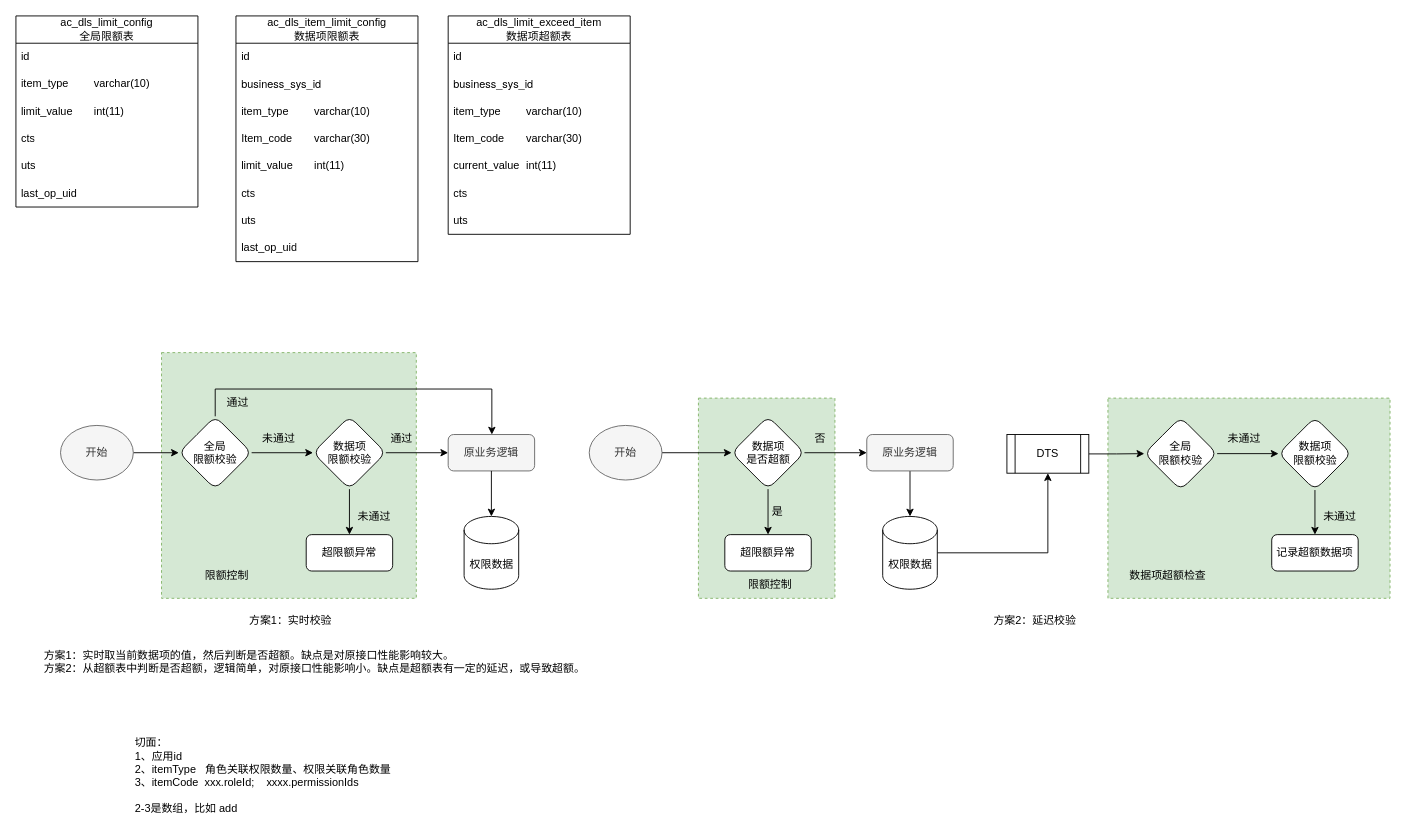
yamilinqh/spicedb keeps this draw.io diagram as 限额模块.drawio. Above is the earlier version. Source tidied: cells renumbered, new cells numbered last; positions are measured from the earlier drawing's top-left corner, leaving out a move shared by most shapes. Both pictures are drawn from the tidied source at 91%, with x=0, y=0 at pixel (15, 15).
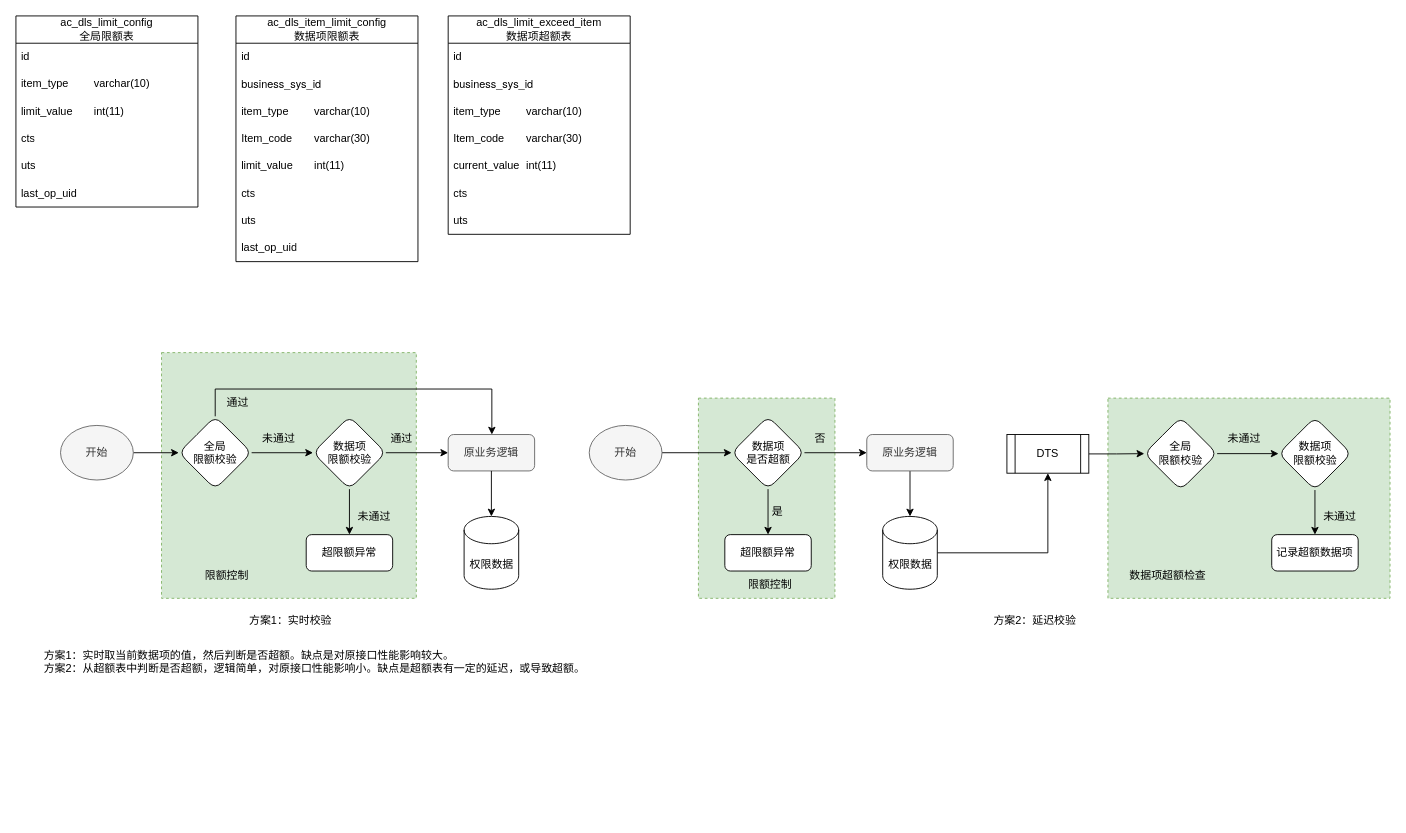
After the change.

Change to the diagram source:
```diff
@@
-    <mxCell id="72" value="切面：&lt;br&gt;1、应用id&lt;br&gt;2、itemType&amp;nbsp; &amp;nbsp;角色关联权限数量、权限关联角色数量&lt;br&gt;3、itemCode&amp;nbsp; xxx.roleId;&amp;nbsp; &amp;nbsp; xxxx.permissionIds&lt;br&gt;&lt;br&gt;2-3是数组，比如 add" style="text;html=1;align=left;verticalAlign=middle;whiteSpace=wrap;rounded=0;" parent="1" vertex="1">
-      <mxGeometry x="129" y="790" width="611.5" height="90" as="geometry" />
-    </mxCell>
```
